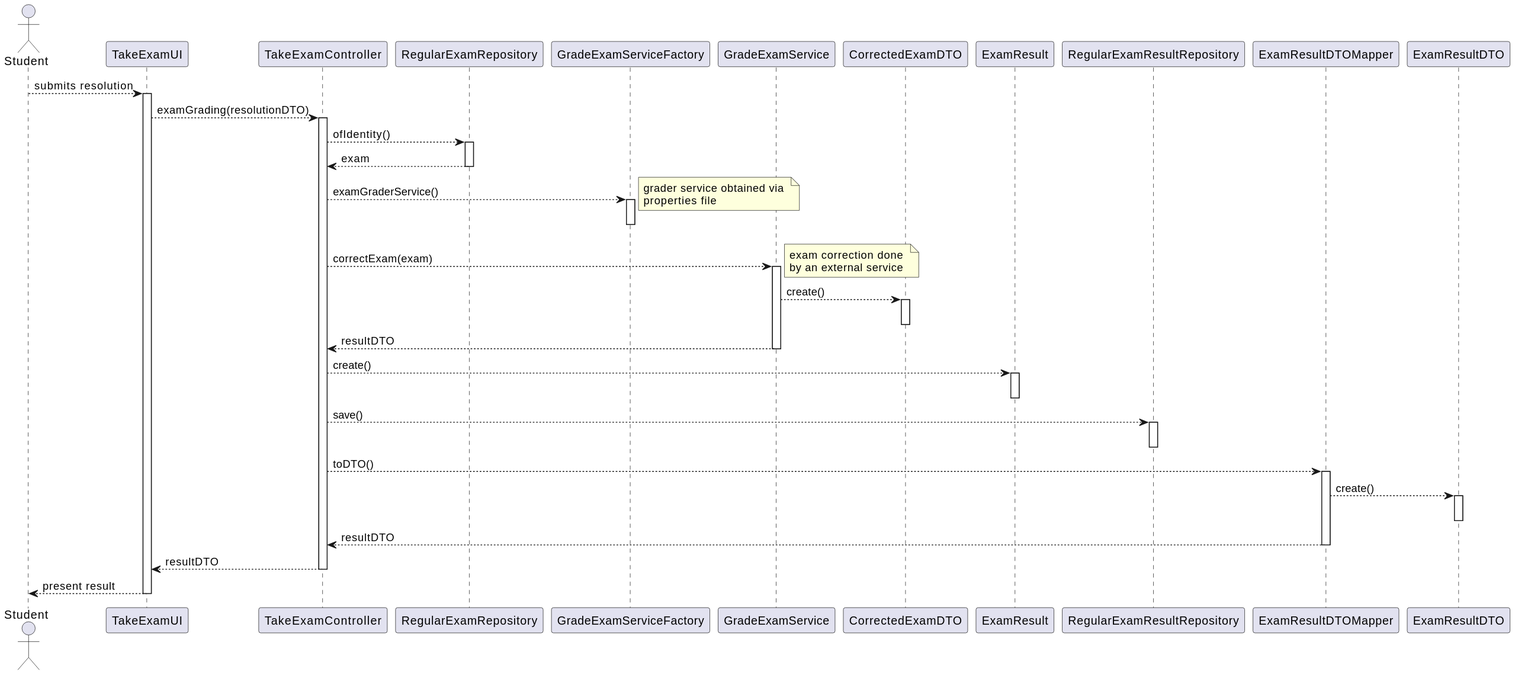
Earlier version of the PlantUML export docs/us_2004/gradeExamSD.svg (jovami/isep-lapr4).
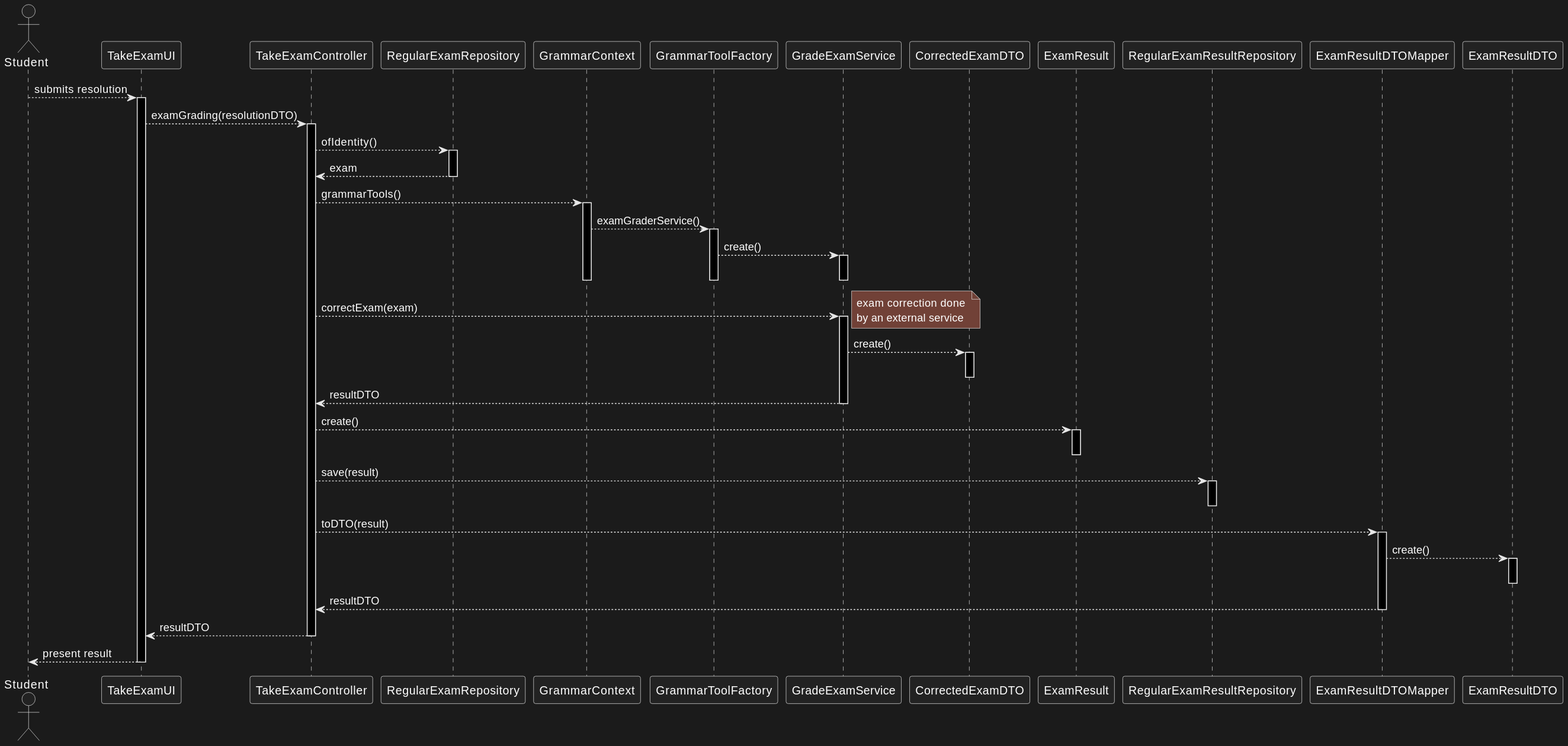
After the commit.

Commit message:
docs(us_2004): Analysis and design for taking an exam

Change to the diagram source:
```diff
@@ -1,17 +1,18 @@
 @startuml
 actor Student as student
+
 participant TakeExamUI as ui
 participant TakeExamController as ctrl
 
 participant RegularExamRepository as exam_repo
 
-participant GradeExamServiceFactory as grader_factory
+participant GrammarContext as ctx
+participant GrammarToolFactory as grepo
+
 participant GradeExamService as grader_svc
-
 participant CorrectedExamDTO as corrected_dto
 
 participant ExamResult as result
-
 participant RegularExamResultRepository as result_repo
 
 participant ExamResultDTOMapper as result_mapper
@@ -26,10 +27,15 @@
             exam_repo --> ctrl : exam
         deactivate exam_repo
 
-        ctrl --> grader_factory : examGraderService()
-        activate grader_factory
-            note right: grader service obtained via \nproperties file
-        deactivate grader_factory
+        ctrl --> ctx : grammarTools()
+        activate ctx
+            ctx --> grepo : examGraderService()
+            activate grepo
+                grepo --> grader_svc : create()
+                activate grader_svc
+                deactivate grader_svc
+            deactivate grepo
+        deactivate ctx
 
         ctrl --> grader_svc : correctExam(exam)
         activate grader_svc
@@ -44,11 +50,12 @@
         activate result
         deactivate result
 
-        ctrl --> result_repo : save()
+        ctrl --> result_repo : save(result)
         activate result_repo
         deactivate result_repo
 
-        ctrl --> result_mapper : toDTO()
+
+        ctrl --> result_mapper : toDTO(result)
         activate result_mapper
             result_mapper --> result_dto : create()
             activate result_dto
```
